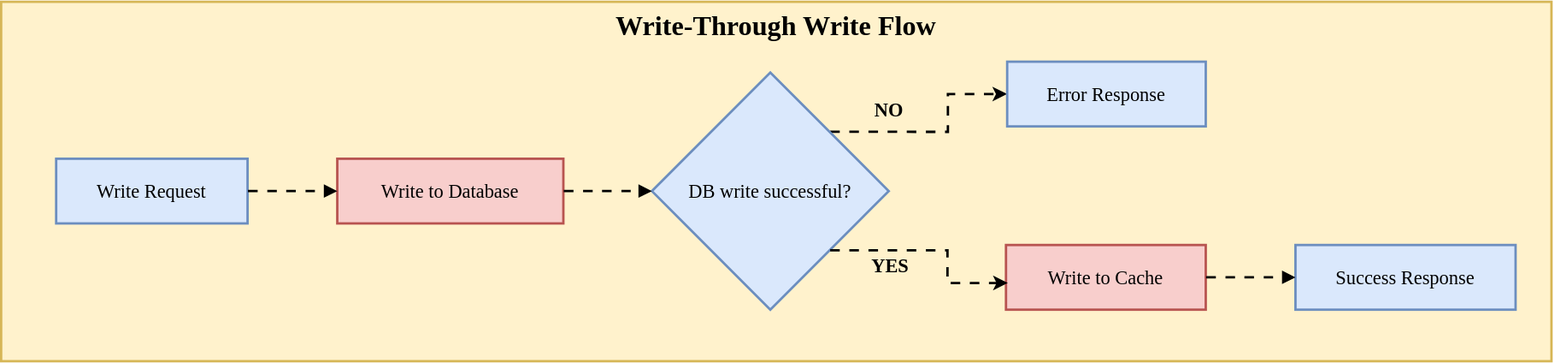
This is FastAPI-Basics-Lab-assets/Lab-7/images/archi_diagrams/Lab-7_write-through.drawio.svg from poridhiEng/lab-asset, a draw.io export, as it was before one commit. Source tidied: cells renumbered, new cells last; positions are measured from the earlier drawing's top-left corner, leaving out a move shared by most shapes.
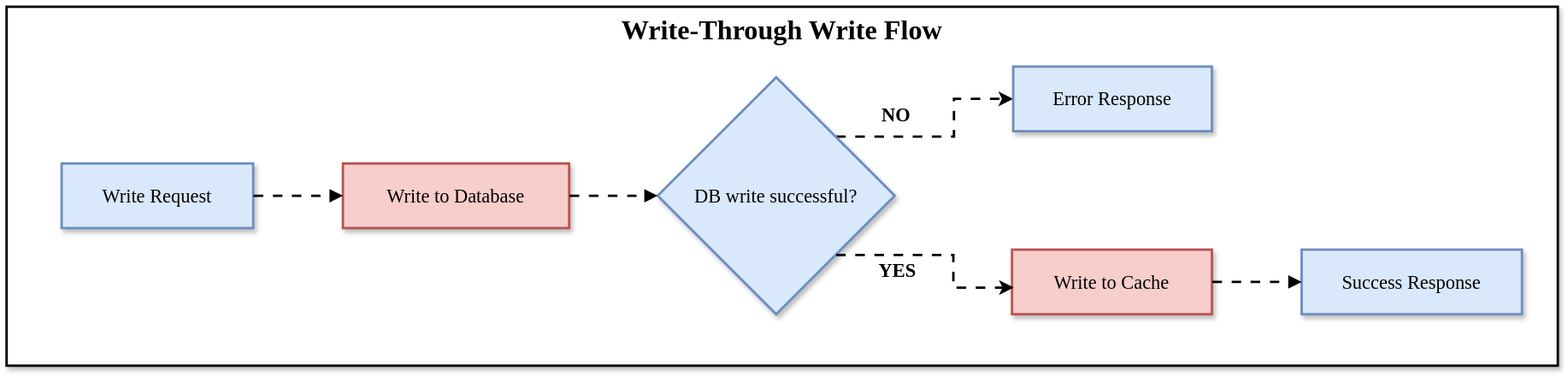
After the change.

Change to the diagram source:
```diff
@@ -2,13 +2,13 @@
   <root>
     <mxCell id="0" />
     <mxCell id="1" parent="0" />
-    <mxCell id="2" value="Write-Through Write Flow" style="whiteSpace=wrap;strokeWidth=2;verticalAlign=top;fontSize=23;fontFamily=Verdana;fontStyle=1;fillColor=#fff2cc;strokeColor=#d6b656;" parent="1" vertex="1">
+    <mxCell id="2" value="Write-Through Write Flow" style="whiteSpace=wrap;strokeWidth=2;verticalAlign=top;fontSize=23;fontFamily=Verdana;fontStyle=1;shadow=1;" parent="1" vertex="1">
       <mxGeometry width="1296" height="300" as="geometry" />
     </mxCell>
-    <mxCell id="3" value="Write Request" style="whiteSpace=wrap;strokeWidth=2;fontSize=16;fontFamily=Verdana;fillColor=#dae8fc;strokeColor=#6c8ebf;" parent="2" vertex="1">
+    <mxCell id="3" value="Write Request" style="whiteSpace=wrap;strokeWidth=2;fontSize=16;fontFamily=Verdana;fillColor=#dae8fc;strokeColor=#6c8ebf;shadow=1;" parent="2" vertex="1">
       <mxGeometry x="46" y="131" width="160" height="54" as="geometry" />
     </mxCell>
-    <mxCell id="4" value="Write to Database" style="whiteSpace=wrap;strokeWidth=2;fontSize=16;fontFamily=Verdana;fillColor=#f8cecc;strokeColor=#b85450;" parent="2" vertex="1">
+    <mxCell id="4" value="Write to Database" style="whiteSpace=wrap;strokeWidth=2;fontSize=16;fontFamily=Verdana;fillColor=#f8cecc;strokeColor=#b85450;shadow=1;" parent="2" vertex="1">
       <mxGeometry x="281" y="131" width="189" height="54" as="geometry" />
     </mxCell>
     <mxCell id="5" style="edgeStyle=orthogonalEdgeStyle;rounded=0;jettySize=auto;html=1;exitX=1;exitY=0;exitDx=0;exitDy=0;entryX=0;entryY=0.5;entryDx=0;entryDy=0;flowAnimation=1;strokeWidth=2;" parent="2" edge="1" source="7" target="8">
@@ -19,16 +19,16 @@
         <mxPoint x="-4" y="-15" as="offset" />
       </mxGeometry>
     </mxCell>
-    <mxCell id="7" value="DB write successful?" style="rhombus;strokeWidth=2;whiteSpace=wrap;fontSize=16;fontFamily=Verdana;fillColor=#dae8fc;strokeColor=#6c8ebf;" parent="2" vertex="1">
+    <mxCell id="7" value="DB write successful?" style="rhombus;strokeWidth=2;whiteSpace=wrap;fontSize=16;fontFamily=Verdana;fillColor=#dae8fc;strokeColor=#6c8ebf;shadow=1;" parent="2" vertex="1">
       <mxGeometry x="544" y="59" width="198" height="198" as="geometry" />
     </mxCell>
-    <mxCell id="8" value="Error Response" style="whiteSpace=wrap;strokeWidth=2;fontSize=16;fontFamily=Verdana;fillColor=#dae8fc;strokeColor=#6c8ebf;" parent="2" vertex="1">
+    <mxCell id="8" value="Error Response" style="whiteSpace=wrap;strokeWidth=2;fontSize=16;fontFamily=Verdana;fillColor=#dae8fc;strokeColor=#6c8ebf;shadow=1;" parent="2" vertex="1">
       <mxGeometry x="841" y="50" width="166" height="54" as="geometry" />
     </mxCell>
-    <mxCell id="9" value="Write to Cache" style="whiteSpace=wrap;strokeWidth=2;fontSize=16;fontFamily=Verdana;fillColor=#f8cecc;strokeColor=#b85450;" parent="2" vertex="1">
+    <mxCell id="9" value="Write to Cache" style="whiteSpace=wrap;strokeWidth=2;fontSize=16;fontFamily=Verdana;fillColor=#f8cecc;strokeColor=#b85450;shadow=1;" parent="2" vertex="1">
       <mxGeometry x="840" y="203" width="167" height="54" as="geometry" />
     </mxCell>
-    <mxCell id="10" value="Success Response" style="whiteSpace=wrap;strokeWidth=2;fontSize=16;fontFamily=Verdana;fillColor=#dae8fc;strokeColor=#6c8ebf;" parent="2" vertex="1">
+    <mxCell id="10" value="Success Response" style="whiteSpace=wrap;strokeWidth=2;fontSize=16;fontFamily=Verdana;fillColor=#dae8fc;strokeColor=#6c8ebf;shadow=1;" parent="2" vertex="1">
       <mxGeometry x="1082" y="203" width="184" height="54" as="geometry" />
     </mxCell>
     <mxCell id="11" style="curved=1;startArrow=none;endArrow=block;exitX=1;exitY=0.5;entryX=0;entryY=0.5;rounded=0;fontSize=16;fontFamily=Verdana;flowAnimation=1;strokeWidth=2;" parent="2" edge="1" source="3" target="4">
```
